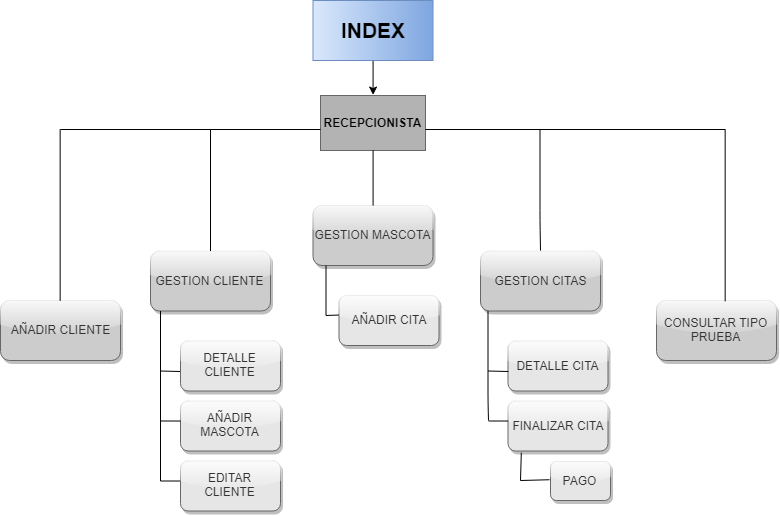
This is MEMORIA/UML Diagrama/UML_Rol_Recepcionista.png from poyatos/VITAL-PET, a draw.io export, as it was before one commit. Source tidied: cells renumbered, new cells last; positions are measured from the earlier drawing's top-left corner, leaving out a move shared by most shapes.
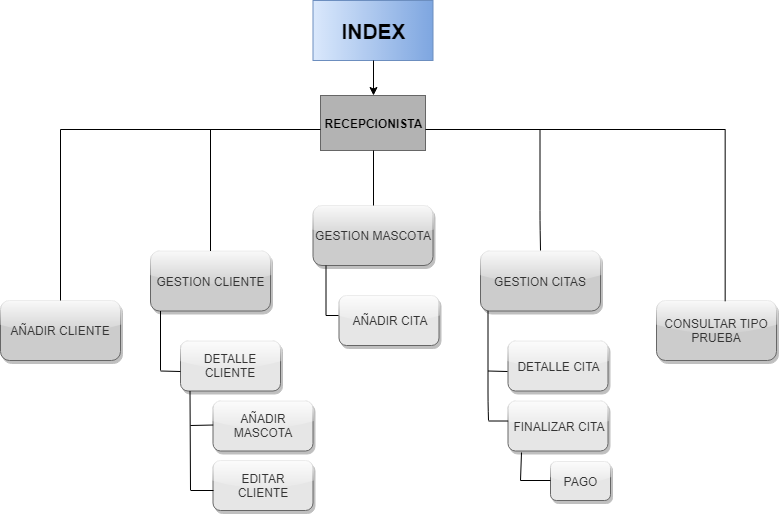
The same diagram one commit later.

Commit message:
Leve modificacion Wireframes

Change to the diagram source:
```diff
@@ -63,18 +63,15 @@
       <mxGeometry x="180" y="340.5" width="100" height="50" as="geometry" />
     </mxCell>
     <mxCell id="18" value="AÑADIR MASCOTA" style="rounded=1;whiteSpace=wrap;html=1;fillColor=#E6E6E6;strokeColor=#666666;fontColor=#333333;glass=1;shadow=1;" parent="1" vertex="1">
-      <mxGeometry x="180" y="400.5" width="100" height="50" as="geometry" />
+      <mxGeometry x="212.5" y="400.5" width="100" height="50" as="geometry" />
     </mxCell>
     <mxCell id="19" value="EDITAR CLIENTE" style="rounded=1;whiteSpace=wrap;html=1;fillColor=#E6E6E6;strokeColor=#666666;fontColor=#333333;glass=1;shadow=1;" parent="1" vertex="1">
-      <mxGeometry x="180" y="460.5" width="100" height="50" as="geometry" />
+      <mxGeometry x="212.5" y="460" width="100" height="50" as="geometry" />
     </mxCell>
     <mxCell id="20" style="endArrow=none;html=1;" parent="1" edge="1">
       <mxGeometry relative="1" as="geometry">
-        <mxPoint x="160" y="480.5" as="sourcePoint" />
+        <mxPoint x="160" y="370" as="sourcePoint" />
         <mxPoint x="160" y="310.5" as="targetPoint" />
-        <Array as="points">
-          <mxPoint x="160" y="401.5" />
-        </Array>
       </mxGeometry>
     </mxCell>
     <mxCell id="21" style="endArrow=none;html=1;exitX=-0.002;exitY=0.6;exitDx=0;exitDy=0;exitPerimeter=0;" parent="1" edge="1" source="17">
@@ -84,14 +81,13 @@
     </mxCell>
     <mxCell id="22" style="endArrow=none;html=1;exitX=-0.002;exitY=0.6;exitDx=0;exitDy=0;exitPerimeter=0;" parent="1" edge="1">
       <mxGeometry relative="1" as="geometry">
-        <mxPoint x="180.2" y="420.5" as="sourcePoint" />
-        <mxPoint x="160.5" y="420.5" as="targetPoint" />
+        <mxPoint x="212.7" y="424.5" as="sourcePoint" />
+        <mxPoint x="190" y="425" as="targetPoint" />
       </mxGeometry>
     </mxCell>
-    <mxCell id="23" style="endArrow=none;html=1;exitX=-0.002;exitY=0.6;exitDx=0;exitDy=0;exitPerimeter=0;" parent="1" edge="1">
+    <mxCell id="23" style="endArrow=none;html=1;exitX=0.005;exitY=0.601;exitDx=0;exitDy=0;exitPerimeter=0;" parent="1" edge="1" source="19">
       <mxGeometry relative="1" as="geometry">
-        <mxPoint x="179.7" y="480.5" as="sourcePoint" />
-        <mxPoint x="160" y="480.5" as="targetPoint" />
+        <mxPoint x="190.5" y="490" as="targetPoint" />
       </mxGeometry>
     </mxCell>
     <mxCell id="24" value="AÑADIR CITA" style="rounded=1;whiteSpace=wrap;html=1;fillColor=#E6E6E6;strokeColor=#666666;fontColor=#333333;glass=1;shadow=1;" parent="1" vertex="1">
@@ -153,5 +149,11 @@
         <mxPoint x="520" y="480" as="targetPoint" />
       </mxGeometry>
     </mxCell>
+    <mxCell id="36" style="endArrow=none;html=1;entryX=0.935;entryY=0.625;entryDx=0;entryDy=0;entryPerimeter=0;" parent="1" edge="1">
+      <mxGeometry relative="1" as="geometry">
+        <mxPoint x="190" y="490" as="sourcePoint" />
+        <mxPoint x="189.5" y="390.5" as="targetPoint" />
+      </mxGeometry>
+    </mxCell>
   </root>
 </mxGraphModel>
```
